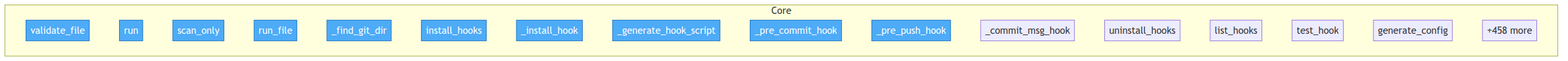
The Mermaid diagram project/flow.png in semcod/refactoring, before a commit. Its source is kept beside it as project/flow.mmd.
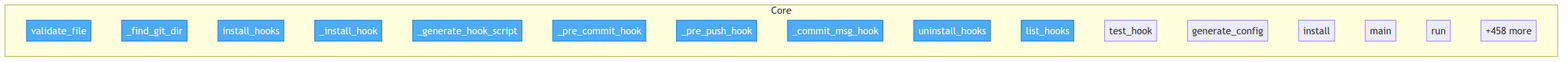
Above is the later version.

Diff of the diagram source:
```diff
@@ -4,9 +4,6 @@
 
     subgraph Core
         src__prefact__validator__Validator__validate_file["validate_file"]
-        src__prefact__engine__RefactoringEngine__run["run"]
-        src__prefact__engine__RefactoringEngine__scan_only["scan_only"]
-        src__prefact__engine__RefactoringEngine__run_file["run_file"]
         src__prefact__git_hooks__GitHooks___find_git_dir["_find_git_dir"]
         src__prefact__git_hooks__GitHooks__install_hooks["install_hooks"]
         src__prefact__git_hooks__GitHooks___install_hook["_install_hook"]
@@ -18,7 +15,10 @@
         src__prefact__git_hooks__GitHooks__list_hooks["list_hooks"]
         src__prefact__git_hooks__GitHooks__test_hook["test_hook"]
         src__prefact__git_hooks__PreCommitConfig__generate_config["generate_config"]
+        src__prefact__git_hooks__PreCommitConfig__install["install"]
+        src__prefact__git_hooks__main["main"]
+        src__prefact__engine__RefactoringEngine__run["run"]
         ...["+458 more"]
     end
 
-    class src__prefact__validator__Validator__validate_file,src__prefact__engine__RefactoringEngine__run,src__prefact__engine__RefactoringEngine__scan_only,src__prefact__engine__RefactoringEngine__run_file,src__prefact__git_hooks__GitHooks___find_git_dir,src__prefact__git_hooks__GitHooks__install_hooks,src__prefact__git_hooks__GitHooks___install_hook,src__prefact__git_hooks__GitHooks___generate_hook_script,src__prefact__git_hooks__GitHooks___pre_commit_hook,src__prefact__git_hooks__GitHooks___pre_push_hook entry
+    class src__prefact__validator__Validator__validate_file,src__prefact__git_hooks__GitHooks___find_git_dir,src__prefact__git_hooks__GitHooks__install_hooks,src__prefact__git_hooks__GitHooks___install_hook,src__prefact__git_hooks__GitHooks___generate_hook_script,src__prefact__git_hooks__GitHooks___pre_commit_hook,src__prefact__git_hooks__GitHooks___pre_push_hook,src__prefact__git_hooks__GitHooks___commit_msg_hook,src__prefact__git_hooks__GitHooks__uninstall_hooks,src__prefact__git_hooks__GitHooks__list_hooks entry
```
